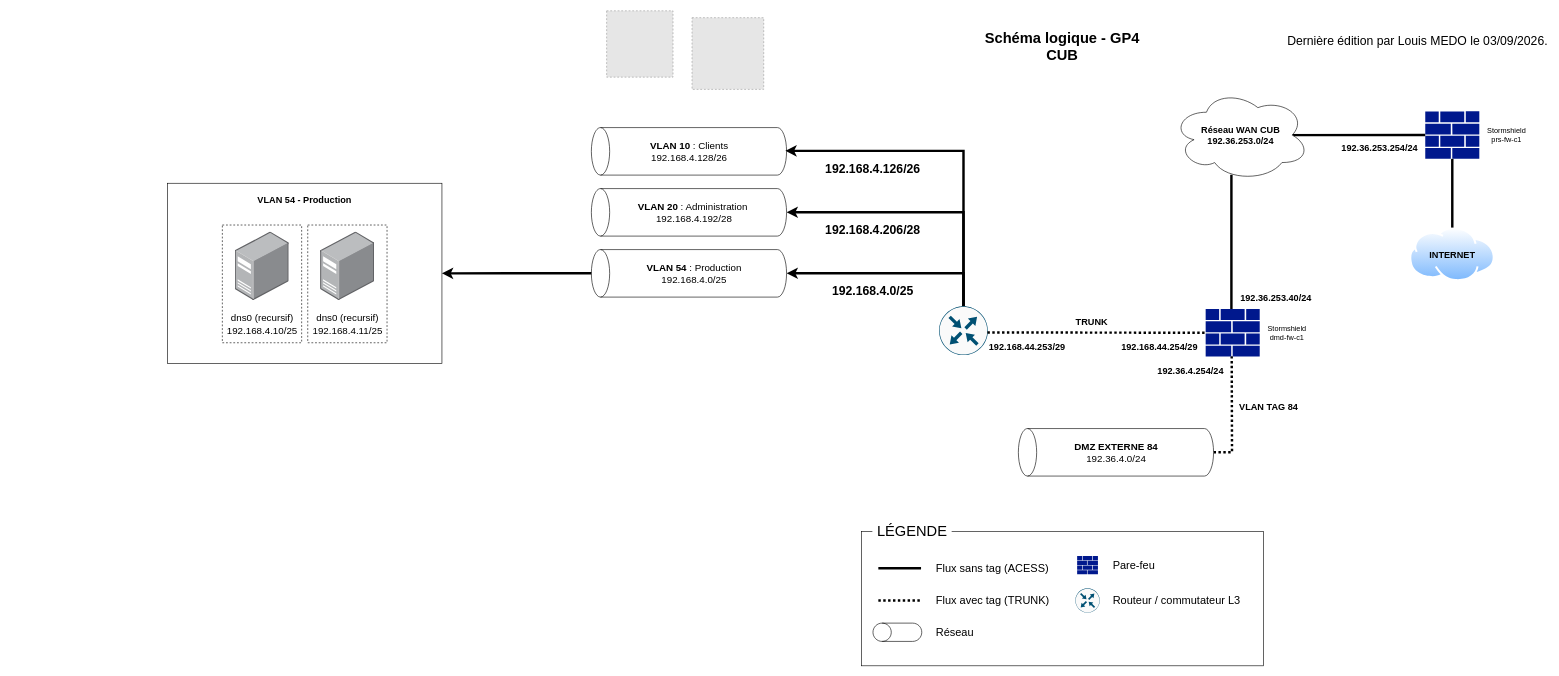
The draw.io diagram docs/01-ressources/schemas/cub-schema-logique-gp4.drawio in FireToak/cub-docs, before the edit. Source tidied: cells renumbered, new cells numbered last; positions are measured from the earlier drawing's top-left corner, leaving out a move shared by most shapes. Both pictures are drawn from the tidied source at 61%, with x=0, y=0 at pixel (167, 10). Pictures stored in the file or linked from it are replaced by grey dashed boxes.
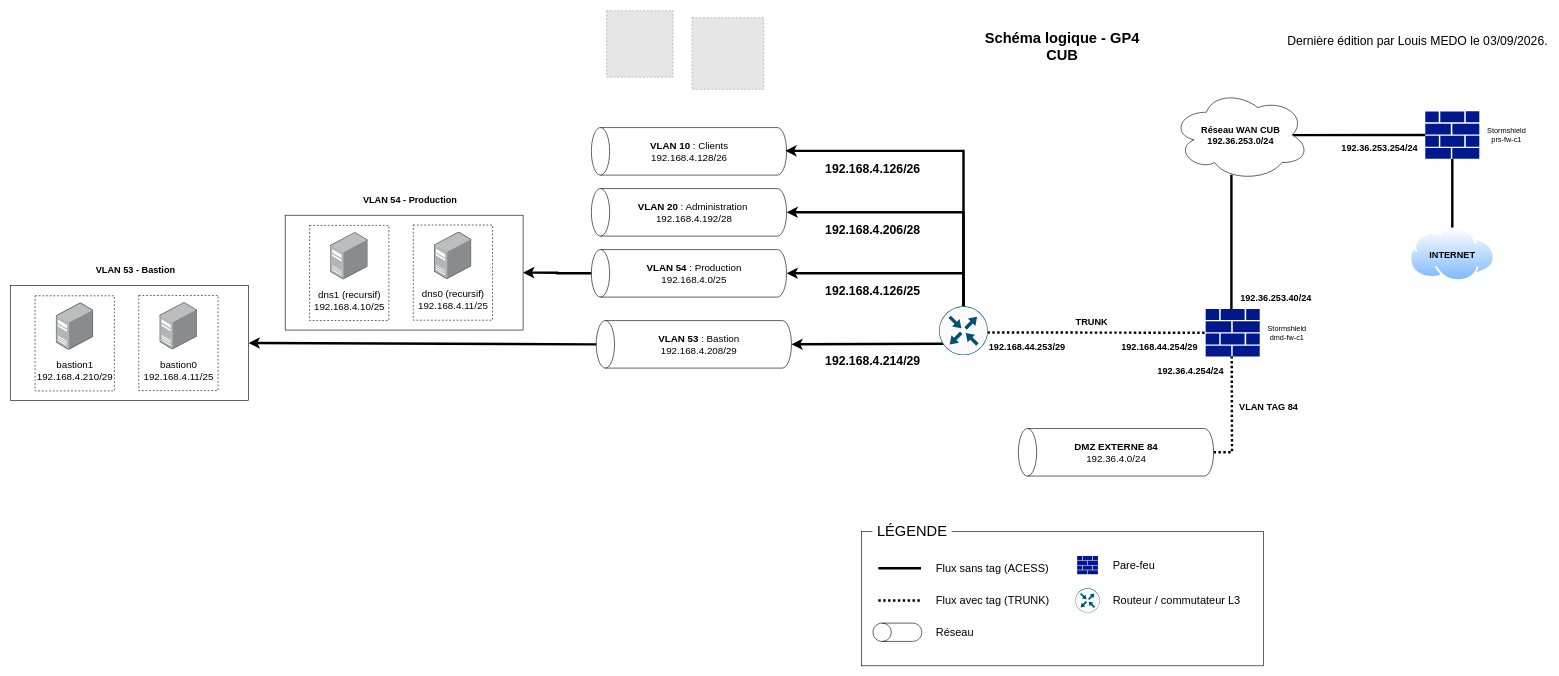
Above is the later version.

Commit message (it also covers changes not shown here):
chore: ajout du vlan 53 bastion

Change to the diagram source:
```diff
@@
     <mxCell id="2" style="rounded=0;whiteSpace=wrap;html=1;" parent="1" vertex="1">
-      <mxGeometry y="282.9" width="450" height="295.5" as="geometry" />
+      <mxGeometry x="193" y="335.3" width="390" height="188.3" as="geometry" />
     </mxCell>
@@
-    <mxCell id="13" value="&lt;font size=&quot;1&quot;&gt;&lt;b style=&quot;font-size: 20px;&quot;&gt;192.168.4.0/25&lt;/b&gt;&lt;/font&gt;" style="text;html=1;align=center;verticalAlign=middle;strokeColor=none;fillColor=none;" parent="1" vertex="1">
-      <mxGeometry x="1076" y="439" width="160" height="40" as="geometry" />
+    <mxCell id="13" value="&lt;font size=&quot;1&quot;&gt;&lt;b style=&quot;font-size: 20px;&quot;&gt;192.168.4.126/25&lt;/b&gt;&lt;/font&gt;" style="text;html=1;align=center;verticalAlign=middle;strokeColor=none;fillColor=none;" parent="1" vertex="1">
+      <mxGeometry x="1066" y="439" width="180" height="40" as="geometry" />
     </mxCell>
@@
-    <mxCell id="31" style="sketch=0;points=[[0.5,0,0],[1,0.5,0],[0.5,1,0],[0,0.5,0],[0.145,0.145,0],[0.8555,0.145,0],[0.855,0.8555,0],[0.145,0.855,0]];verticalLabelPosition=bottom;html=1;verticalAlign=top;align=center;shape=mxgraph.cisco19.rect;prIcon=router;fillColor=#FAFAFA;strokeColor=#005073;" parent="1" vertex="1">
-      <mxGeometry x="1265" y="484.6" width="80" height="80" as="geometry" />
-    </mxCell>
@@
     <mxCell id="54" style="rounded=0;whiteSpace=wrap;html=1;dashed=1;" parent="1" vertex="1">
-      <mxGeometry x="230" y="351.4" width="130" height="193" as="geometry" />
+      <mxGeometry x="403" y="351.4" width="130" height="156" as="geometry" />
     </mxCell>
     <mxCell id="55" style="image;html=1;align=center;shadow=0;dashed=0;image=img/lib/allied_telesis/computer_and_terminals/Server_Desktop.svg;" parent="1" vertex="1">
-      <mxGeometry x="250.7" y="362.6" width="88.6" height="112.3" as="geometry" />
+      <mxGeometry x="437.3" y="362.6" width="61.5" height="77.9" as="geometry" />
     </mxCell>
@@
-    <mxCell id="57" style="rounded=0;whiteSpace=wrap;html=1;dashed=1;" parent="1" vertex="1">
-      <mxGeometry x="90" y="351.4" width="130" height="193" as="geometry" />
-    </mxCell>
-    <mxCell id="58" style="image;html=1;align=center;shadow=0;dashed=0;image=img/lib/allied_telesis/computer_and_terminals/Server_Desktop.svg;" parent="1" vertex="1">
-      <mxGeometry x="110.7" y="362.6" width="88.6" height="112.3" as="geometry" />
-    </mxCell>
-    <mxCell id="59" value="&lt;font style=&quot;font-size: 16px;&quot;&gt;dns0 (recursif)&lt;br&gt;192.168.4.10/25&lt;/font&gt;" style="text;html=1;whiteSpace=wrap;strokeColor=none;fillColor=none;align=center;verticalAlign=middle;rounded=0;" parent="1" vertex="1">
-      <mxGeometry x="105.7" y="489.4" width="98.6" height="50" as="geometry" />
-    </mxCell>
     <mxCell id="60" value="&lt;font style=&quot;font-size: 16px;&quot;&gt;dns0 (recursif)&lt;br&gt;192.168.4.11/25&lt;/font&gt;" style="text;html=1;whiteSpace=wrap;strokeColor=none;fillColor=none;align=center;verticalAlign=middle;rounded=0;" parent="1" vertex="1">
-      <mxGeometry x="245.7" y="489.4" width="98.6" height="50" as="geometry" />
+      <mxGeometry x="418.7" y="459.4" width="98.6" height="30" as="geometry" />
     </mxCell>
     <mxCell id="61" value="&lt;font style=&quot;font-size: 15px;&quot;&gt;VLAN 54 - Production&lt;/font&gt;" style="text;html=1;whiteSpace=wrap;strokeColor=none;fillColor=none;align=center;verticalAlign=middle;rounded=0;fontStyle=1;" parent="1" vertex="1">
-      <mxGeometry x="135" y="295" width="180" height="30" as="geometry" />
+      <mxGeometry x="308" y="295" width="180" height="30" as="geometry" />
     </mxCell>
+    <mxCell id="62" style="shape=cylinder3;whiteSpace=wrap;html=1;boundedLbl=1;backgroundOutline=1;size=15;rotation=-90;" parent="1" vertex="1">
+      <mxGeometry x="824" y="387" width="77.9" height="320" as="geometry" />
+    </mxCell>
+    <mxCell id="63" value="&lt;font style=&quot;font-size: 16px;&quot;&gt;&lt;b&gt;VLAN 53&lt;/b&gt;&amp;nbsp;: Bastion&lt;br&gt;192.168.4.208/29&lt;/font&gt;" style="text;html=1;align=center;verticalAlign=middle;strokeColor=none;fillColor=none;" parent="1" vertex="1">
+      <mxGeometry x="790.9" y="522" width="160" height="50" as="geometry" />
+    </mxCell>
+    <mxCell id="64" style="rounded=0;whiteSpace=wrap;html=1;dashed=1;" parent="1" vertex="1">
+      <mxGeometry x="233" y="352" width="130" height="156" as="geometry" />
+    </mxCell>
+    <mxCell id="65" style="image;html=1;align=center;shadow=0;dashed=0;image=img/lib/allied_telesis/computer_and_terminals/Server_Desktop.svg;" parent="1" vertex="1">
+      <mxGeometry x="267.3" y="363.3" width="61.5" height="77.9" as="geometry" />
+    </mxCell>
+    <mxCell id="66" value="&lt;font style=&quot;font-size: 16px;&quot;&gt;dns1 (recursif)&lt;br&gt;192.168.4.10/25&lt;/font&gt;" style="text;html=1;whiteSpace=wrap;strokeColor=none;fillColor=none;align=center;verticalAlign=middle;rounded=0;" parent="1" vertex="1">
+      <mxGeometry x="248.7" y="460" width="98.6" height="30" as="geometry" />
+    </mxCell>
+    <mxCell id="67" style="rounded=0;whiteSpace=wrap;html=1;" parent="1" vertex="1">
+      <mxGeometry x="-257" y="450.6" width="390" height="188.3" as="geometry" />
+    </mxCell>
+    <mxCell id="68" style="rounded=0;whiteSpace=wrap;html=1;dashed=1;" parent="1" vertex="1">
+      <mxGeometry x="-47" y="466.8" width="130" height="156" as="geometry" />
+    </mxCell>
+    <mxCell id="69" style="image;html=1;align=center;shadow=0;dashed=0;image=img/lib/allied_telesis/computer_and_terminals/Server_Desktop.svg;" parent="1" vertex="1">
+      <mxGeometry x="-12.7" y="478" width="61.5" height="77.9" as="geometry" />
+    </mxCell>
+    <mxCell id="70" value="&lt;font style=&quot;font-size: 16px;&quot;&gt;bastion0&lt;br&gt;192.168.4.11/25&lt;/font&gt;" style="text;html=1;whiteSpace=wrap;strokeColor=none;fillColor=none;align=center;verticalAlign=middle;rounded=0;" parent="1" vertex="1">
+      <mxGeometry x="-31.3" y="574.7" width="98.6" height="30" as="geometry" />
+    </mxCell>
+    <mxCell id="71" value="&lt;font style=&quot;font-size: 15px;&quot;&gt;VLAN 53 - Bastion&lt;/font&gt;" style="text;html=1;whiteSpace=wrap;strokeColor=none;fillColor=none;align=center;verticalAlign=middle;rounded=0;fontStyle=1;" parent="1" vertex="1">
+      <mxGeometry x="-142" y="410.4" width="180" height="30" as="geometry" />
+    </mxCell>
+    <mxCell id="72" style="rounded=0;whiteSpace=wrap;html=1;dashed=1;" parent="1" vertex="1">
+      <mxGeometry x="-217" y="467.4" width="130" height="156" as="geometry" />
+    </mxCell>
+    <mxCell id="73" style="image;html=1;align=center;shadow=0;dashed=0;image=img/lib/allied_telesis/computer_and_terminals/Server_Desktop.svg;" parent="1" vertex="1">
+      <mxGeometry x="-182.7" y="478.6" width="61.5" height="77.9" as="geometry" />
+    </mxCell>
+    <mxCell id="74" value="&lt;font style=&quot;font-size: 16px;&quot;&gt;bastion1&lt;br&gt;192.168.4.210/29&lt;/font&gt;" style="text;html=1;whiteSpace=wrap;strokeColor=none;fillColor=none;align=center;verticalAlign=middle;rounded=0;" parent="1" vertex="1">
+      <mxGeometry x="-201.3" y="575.3" width="98.6" height="30" as="geometry" />
+    </mxCell>
+    <mxCell id="75" style="endArrow=classic;html=1;rounded=0;entryX=1;entryY=0.5;entryDx=0;entryDy=0;exitX=0.5;exitY=0;exitDx=0;exitDy=0;exitPerimeter=0;strokeWidth=4;" parent="1" edge="1" source="62" target="67">
+      <mxGeometry relative="1" as="geometry" />
+    </mxCell>
+    <mxCell id="76" style="endArrow=classic;html=1;rounded=0;entryX=0.5;entryY=1;entryDx=0;entryDy=0;entryPerimeter=0;exitX=0.126;exitY=0.767;exitDx=0;exitDy=0;exitPerimeter=0;strokeWidth=4;" parent="1" edge="1" source="31" target="62">
+      <mxGeometry relative="1" as="geometry" />
+    </mxCell>
+    <mxCell id="31" style="sketch=0;points=[[0.5,0,0],[1,0.5,0],[0.5,1,0],[0,0.5,0],[0.145,0.145,0],[0.8555,0.145,0],[0.855,0.8555,0],[0.145,0.855,0]];verticalLabelPosition=bottom;html=1;verticalAlign=top;align=center;shape=mxgraph.cisco19.rect;prIcon=router;fillColor=#FAFAFA;strokeColor=#005073;" parent="1" vertex="1">
+      <mxGeometry x="1265" y="484.6" width="80" height="80" as="geometry" />
+    </mxCell>
+    <mxCell id="77" value="&lt;font size=&quot;1&quot;&gt;&lt;b style=&quot;font-size: 20px;&quot;&gt;192.168.4.214/29&lt;/b&gt;&lt;/font&gt;" style="text;html=1;align=center;verticalAlign=middle;strokeColor=none;fillColor=none;" parent="1" vertex="1">
+      <mxGeometry x="1066" y="554" width="180" height="40" as="geometry" />
+    </mxCell>
```
